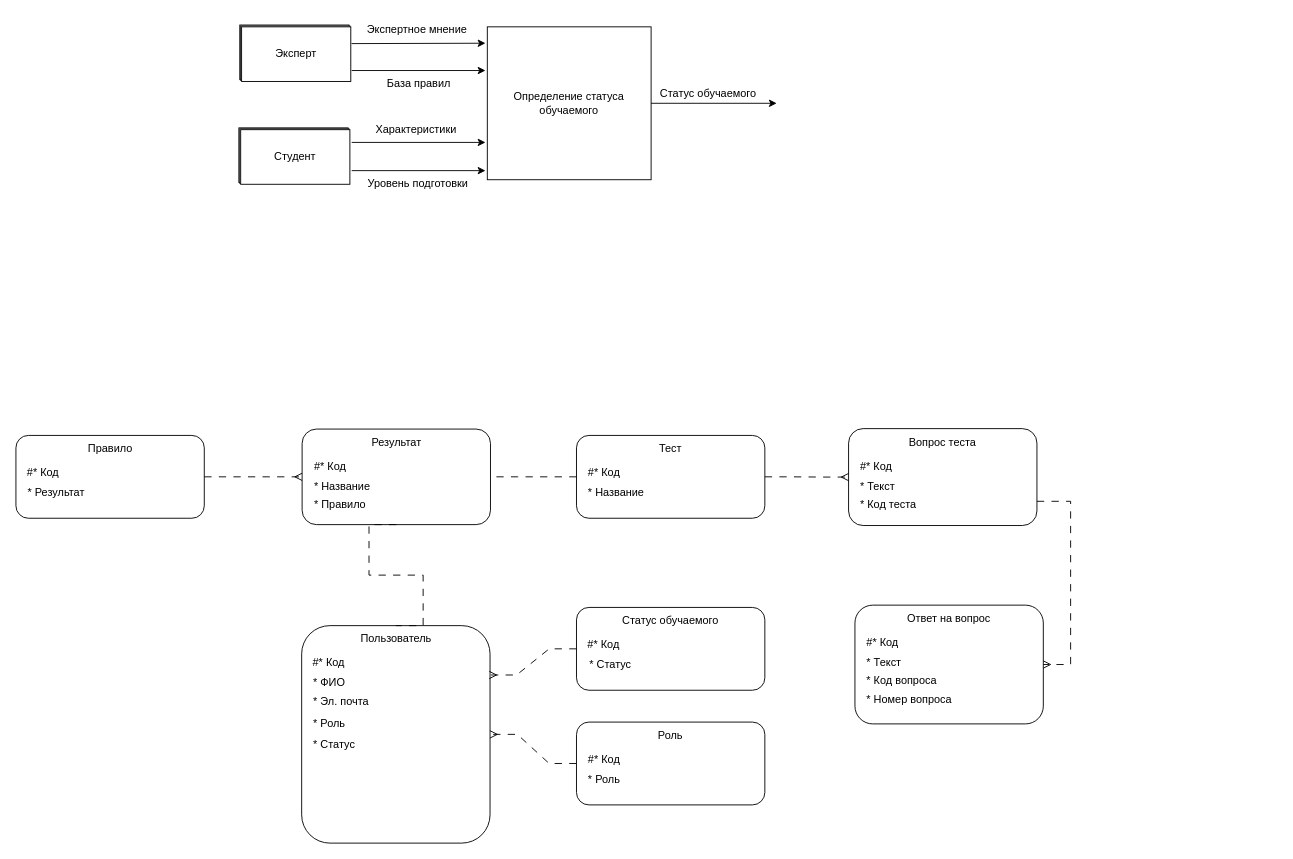
Before: something.drawio in RGNGIT/ios-server, a draw.io diagram. Source tidied: cells renumbered, new cells numbered last; positions are measured from the earlier drawing's top-left corner, leaving out a move shared by most shapes. Both pictures are drawn from the tidied source at 91%, with x=0, y=0 at pixel (15, 15).
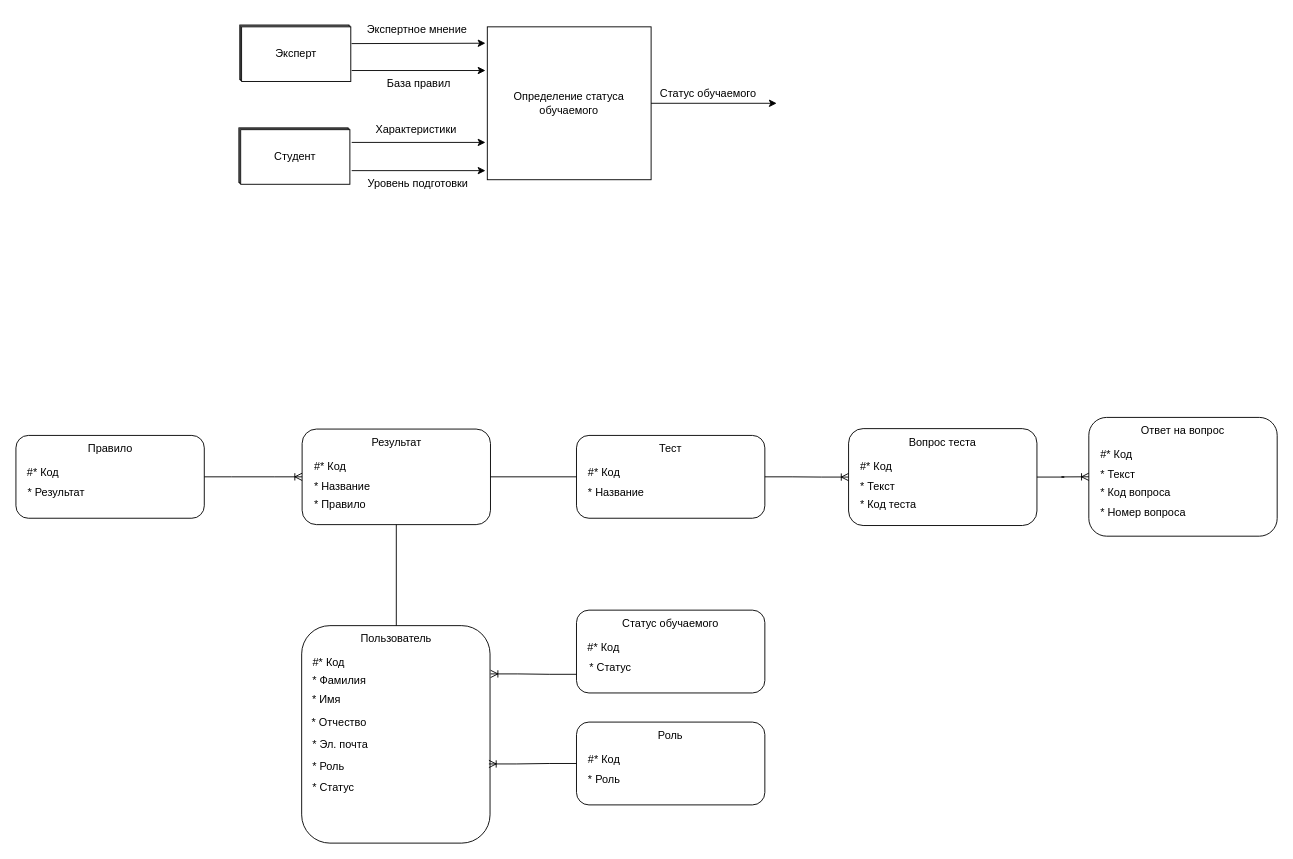
The same page after the edit.

Unchanged cells that the change refers to:
```xml
<mxCell id="19" style="rounded=1;whiteSpace=wrap;html=1;" parent="1" vertex="1">
  <mxGeometry y="461" width="207" height="91" as="geometry" />
</mxCell>
<mxCell id="28" style="rounded=1;whiteSpace=wrap;html=1;" parent="1" vertex="1">
  <mxGeometry x="314" y="670" width="207" height="239" as="geometry" />
</mxCell>
<mxCell id="29" value="Пользователь" style="text;html=1;strokeColor=none;fillColor=none;align=center;verticalAlign=middle;whiteSpace=wrap;rounded=0;" parent="1" vertex="1">
  <mxGeometry x="388" y="670" width="60" height="30" as="geometry" />
</mxCell>
<mxCell id="33" style="rounded=1;whiteSpace=wrap;html=1;" parent="1" vertex="1">
  <mxGeometry x="616" y="776" width="207" height="91" as="geometry" />
</mxCell>
<mxCell id="40" style="rounded=1;whiteSpace=wrap;html=1;" parent="1" vertex="1">
  <mxGeometry x="616" y="461" width="207" height="91" as="geometry" />
</mxCell>
<mxCell id="44" style="rounded=1;whiteSpace=wrap;html=1;" parent="1" vertex="1">
  <mxGeometry x="314.5" y="454" width="207" height="105" as="geometry" />
</mxCell>
<mxCell id="52" style="rounded=1;whiteSpace=wrap;html=1;" parent="1" vertex="1">
  <mxGeometry x="915" y="453.5" width="207" height="106.5" as="geometry" />
</mxCell>
```

Change to the diagram source:
```diff
@@
-    <mxCell id="23" style="edgeStyle=entityRelationEdgeStyle;fontSize=12;html=1;endArrow=ERmany;rounded=0;dashed=1;dashPattern=8 8;exitX=0;exitY=0.5;exitDx=0;exitDy=0;entryX=1;entryY=0.5;entryDx=0;entryDy=0;" parent="1" edge="1" source="33" target="28">
-      <mxGeometry relative="1" as="geometry" />
-    </mxCell>
     <mxCell id="24" style="rounded=1;whiteSpace=wrap;html=1;" parent="1" vertex="1">
-      <mxGeometry x="616" y="650" width="207" height="91" as="geometry" />
+      <mxGeometry x="616" y="653" width="207" height="91" as="geometry" />
     </mxCell>
     <mxCell id="25" value="Статус обучаемого" style="text;html=1;strokeColor=none;fillColor=none;align=center;verticalAlign=middle;whiteSpace=wrap;rounded=0;" parent="1" vertex="1">
-      <mxGeometry x="658.2" y="650" width="122.5" height="30" as="geometry" />
+      <mxGeometry x="658.2" y="653" width="122.5" height="30" as="geometry" />
     </mxCell>
     <mxCell id="26" value="#* Код" style="text;html=1;strokeColor=none;fillColor=none;align=center;verticalAlign=middle;whiteSpace=wrap;rounded=0;" parent="1" vertex="1">
-      <mxGeometry x="616" y="676" width="60" height="30" as="geometry" />
+      <mxGeometry x="616" y="679" width="60" height="30" as="geometry" />
     </mxCell>
     <mxCell id="27" value="* Статус" style="text;html=1;strokeColor=none;fillColor=none;align=center;verticalAlign=middle;whiteSpace=wrap;rounded=0;" parent="1" vertex="1">
-      <mxGeometry x="616" y="698" width="75" height="30" as="geometry" />
+      <mxGeometry x="616" y="701" width="75" height="30" as="geometry" />
     </mxCell>
@@
-    <mxCell id="31" value="* ФИО" style="text;html=1;strokeColor=none;fillColor=none;align=center;verticalAlign=middle;whiteSpace=wrap;rounded=0;" parent="1" vertex="1">
-      <mxGeometry x="306.5" y="718" width="75" height="30" as="geometry" />
+    <mxCell id="31" value="* Фамилия" style="text;html=1;strokeColor=none;fillColor=none;align=center;verticalAlign=middle;whiteSpace=wrap;rounded=0;" parent="1" vertex="1">
+      <mxGeometry x="318" y="715.5" width="75" height="30" as="geometry" />
     </mxCell>
     <mxCell id="32" value="* Эл. почта" style="text;html=1;strokeColor=none;fillColor=none;align=left;verticalAlign=middle;whiteSpace=wrap;rounded=0;" parent="1" vertex="1">
-      <mxGeometry x="325" y="739" width="75" height="30" as="geometry" />
+      <mxGeometry x="324" y="786" width="75" height="30" as="geometry" />
     </mxCell>
@@
     <mxCell id="37" value="* Роль" style="text;html=1;strokeColor=none;fillColor=none;align=left;verticalAlign=middle;whiteSpace=wrap;rounded=0;" parent="1" vertex="1">
-      <mxGeometry x="325" y="763" width="75" height="30" as="geometry" />
+      <mxGeometry x="324" y="810" width="75" height="30" as="geometry" />
     </mxCell>
     <mxCell id="38" value="* Статус" style="text;html=1;strokeColor=none;fillColor=none;align=left;verticalAlign=middle;whiteSpace=wrap;rounded=0;" parent="1" vertex="1">
-      <mxGeometry x="325" y="786" width="75" height="30" as="geometry" />
+      <mxGeometry x="324" y="833" width="75" height="30" as="geometry" />
     </mxCell>
-    <mxCell id="39" style="edgeStyle=entityRelationEdgeStyle;fontSize=12;html=1;endArrow=ERmany;rounded=0;dashed=1;dashPattern=8 8;exitX=0;exitY=0.5;exitDx=0;exitDy=0;entryX=0.996;entryY=0.227;entryDx=0;entryDy=0;entryPerimeter=0;" parent="1" edge="1" source="24" target="28">
-      <mxGeometry relative="1" as="geometry" />
-    </mxCell>
@@
-    <mxCell id="49" style="edgeStyle=entityRelationEdgeStyle;fontSize=12;html=1;endArrow=ERmany;rounded=0;dashed=1;dashPattern=8 8;exitX=1;exitY=0.5;exitDx=0;exitDy=0;entryX=0;entryY=0.5;entryDx=0;entryDy=0;" parent="1" edge="1" source="19" target="44">
-      <mxGeometry relative="1" as="geometry" />
-    </mxCell>
-    <mxCell id="50" style="edgeStyle=entityRelationEdgeStyle;fontSize=12;html=1;endArrow=none;rounded=0;dashed=1;dashPattern=8 8;exitX=0;exitY=0.5;exitDx=0;exitDy=0;entryX=1;entryY=0.5;entryDx=0;entryDy=0;endFill=0;" parent="1" edge="1" source="40" target="44">
-      <mxGeometry relative="1" as="geometry" />
-    </mxCell>
-    <mxCell id="51" style="edgeStyle=entityRelationEdgeStyle;fontSize=12;html=1;endArrow=none;rounded=0;dashed=1;dashPattern=8 8;endFill=0;entryX=0.5;entryY=0;entryDx=0;entryDy=0;exitX=0.5;exitY=1;exitDx=0;exitDy=0;" parent="1" edge="1" source="44" target="28">
-      <mxGeometry relative="1" as="geometry" />
-    </mxCell>
@@
-    <mxCell id="57" style="edgeStyle=entityRelationEdgeStyle;fontSize=12;html=1;endArrow=ERmany;rounded=0;dashed=1;dashPattern=8 8;exitX=1;exitY=0.5;exitDx=0;exitDy=0;entryX=0;entryY=0.5;entryDx=0;entryDy=0;" parent="1" edge="1" source="40" target="52">
-      <mxGeometry relative="1" as="geometry" />
-    </mxCell>
     <mxCell id="58" style="rounded=1;whiteSpace=wrap;html=1;" parent="1" vertex="1">
-      <mxGeometry x="922" y="647.5" width="207" height="130.5" as="geometry" />
+      <mxGeometry x="1179" y="441.2" width="207" height="130.5" as="geometry" />
     </mxCell>
     <mxCell id="59" value="Ответ на вопрос" style="text;html=1;strokeColor=none;fillColor=none;align=center;verticalAlign=middle;whiteSpace=wrap;rounded=0;" parent="1" vertex="1">
-      <mxGeometry x="964.2" y="647.5" width="122.5" height="30" as="geometry" />
+      <mxGeometry x="1221.2" y="441.2" width="122.5" height="30" as="geometry" />
     </mxCell>
     <mxCell id="60" value="#* Код" style="text;html=1;strokeColor=none;fillColor=none;align=left;verticalAlign=middle;whiteSpace=wrap;rounded=0;" parent="1" vertex="1">
-      <mxGeometry x="933" y="673.5" width="60" height="30" as="geometry" />
+      <mxGeometry x="1190" y="467.2" width="60" height="30" as="geometry" />
     </mxCell>
     <mxCell id="61" value="* Текст" style="text;html=1;strokeColor=none;fillColor=none;align=left;verticalAlign=middle;whiteSpace=wrap;rounded=0;" parent="1" vertex="1">
-      <mxGeometry x="933" y="695.5" width="75" height="30" as="geometry" />
+      <mxGeometry x="1190" y="489.2" width="75" height="30" as="geometry" />
     </mxCell>
     <mxCell id="62" value="* Код вопроса" style="text;html=1;strokeColor=none;fillColor=none;align=left;verticalAlign=middle;whiteSpace=wrap;rounded=0;" parent="1" vertex="1">
-      <mxGeometry x="933" y="715.5" width="127" height="30" as="geometry" />
+      <mxGeometry x="1190" y="509.2" width="127" height="30" as="geometry" />
     </mxCell>
     <mxCell id="63" value="* Номер вопроса" style="text;html=1;strokeColor=none;fillColor=none;align=left;verticalAlign=middle;whiteSpace=wrap;rounded=0;" parent="1" vertex="1">
-      <mxGeometry x="933" y="737" width="127" height="30" as="geometry" />
+      <mxGeometry x="1190" y="530.8" width="127" height="30" as="geometry" />
     </mxCell>
+    <mxCell id="49" style="edgeStyle=entityRelationEdgeStyle;fontSize=12;html=1;endArrow=ERoneToMany;rounded=0;entryX=0;entryY=0.5;entryDx=0;entryDy=0;exitX=1;exitY=0.5;exitDx=0;exitDy=0;" parent="1" edge="1" source="19" target="44">
+      <mxGeometry relative="1" as="geometry" />
+    </mxCell>
+    <mxCell id="65" style="endArrow=none;html=1;rounded=0;exitX=0.5;exitY=1;exitDx=0;exitDy=0;entryX=0.5;entryY=0;entryDx=0;entryDy=0;" parent="1" edge="1" source="44" target="29">
+      <mxGeometry relative="1" as="geometry" />
+    </mxCell>
+    <mxCell id="66" value="* Имя" style="text;html=1;strokeColor=none;fillColor=none;align=center;verticalAlign=middle;whiteSpace=wrap;rounded=0;" parent="1" vertex="1">
+      <mxGeometry x="304" y="737" width="75" height="30" as="geometry" />
+    </mxCell>
+    <mxCell id="67" value="* Отчество" style="text;html=1;strokeColor=none;fillColor=none;align=center;verticalAlign=middle;whiteSpace=wrap;rounded=0;" parent="1" vertex="1">
+      <mxGeometry x="318" y="762" width="75" height="30" as="geometry" />
+    </mxCell>
+    <mxCell id="50" style="endArrow=none;html=1;rounded=0;exitX=0;exitY=0.5;exitDx=0;exitDy=0;entryX=1;entryY=0.5;entryDx=0;entryDy=0;" parent="1" edge="1" source="40" target="44">
+      <mxGeometry relative="1" as="geometry" />
+    </mxCell>
+    <mxCell id="23" style="edgeStyle=entityRelationEdgeStyle;fontSize=12;html=1;endArrow=ERoneToMany;rounded=0;exitX=0;exitY=0.5;exitDx=0;exitDy=0;entryX=0.994;entryY=0.636;entryDx=0;entryDy=0;entryPerimeter=0;" parent="1" edge="1" source="33" target="28">
+      <mxGeometry relative="1" as="geometry" />
+    </mxCell>
+    <mxCell id="68" style="edgeStyle=entityRelationEdgeStyle;fontSize=12;html=1;endArrow=ERoneToMany;rounded=0;exitX=0;exitY=0.75;exitDx=0;exitDy=0;entryX=1.003;entryY=0.222;entryDx=0;entryDy=0;entryPerimeter=0;" parent="1" edge="1" source="27" target="28">
+      <mxGeometry relative="1" as="geometry" />
+    </mxCell>
+    <mxCell id="57" style="edgeStyle=entityRelationEdgeStyle;fontSize=12;html=1;endArrow=ERoneToMany;rounded=0;exitX=1;exitY=0.5;exitDx=0;exitDy=0;entryX=0;entryY=0.5;entryDx=0;entryDy=0;" parent="1" edge="1" source="40" target="52">
+      <mxGeometry relative="1" as="geometry" />
+    </mxCell>
-    <mxCell id="64" style="edgeStyle=entityRelationEdgeStyle;fontSize=12;html=1;endArrow=ERmany;rounded=0;dashed=1;dashPattern=8 8;exitX=1;exitY=0.75;exitDx=0;exitDy=0;strokeColor=default;" parent="1" edge="1" source="52" target="58">
+    <mxCell id="64" style="edgeStyle=entityRelationEdgeStyle;fontSize=12;html=1;endArrow=ERoneToMany;rounded=0;exitX=1;exitY=0.5;exitDx=0;exitDy=0;entryX=0;entryY=0.5;entryDx=0;entryDy=0;" parent="1" edge="1" source="52" target="58">
       <mxGeometry relative="1" as="geometry" />
     </mxCell>
```
